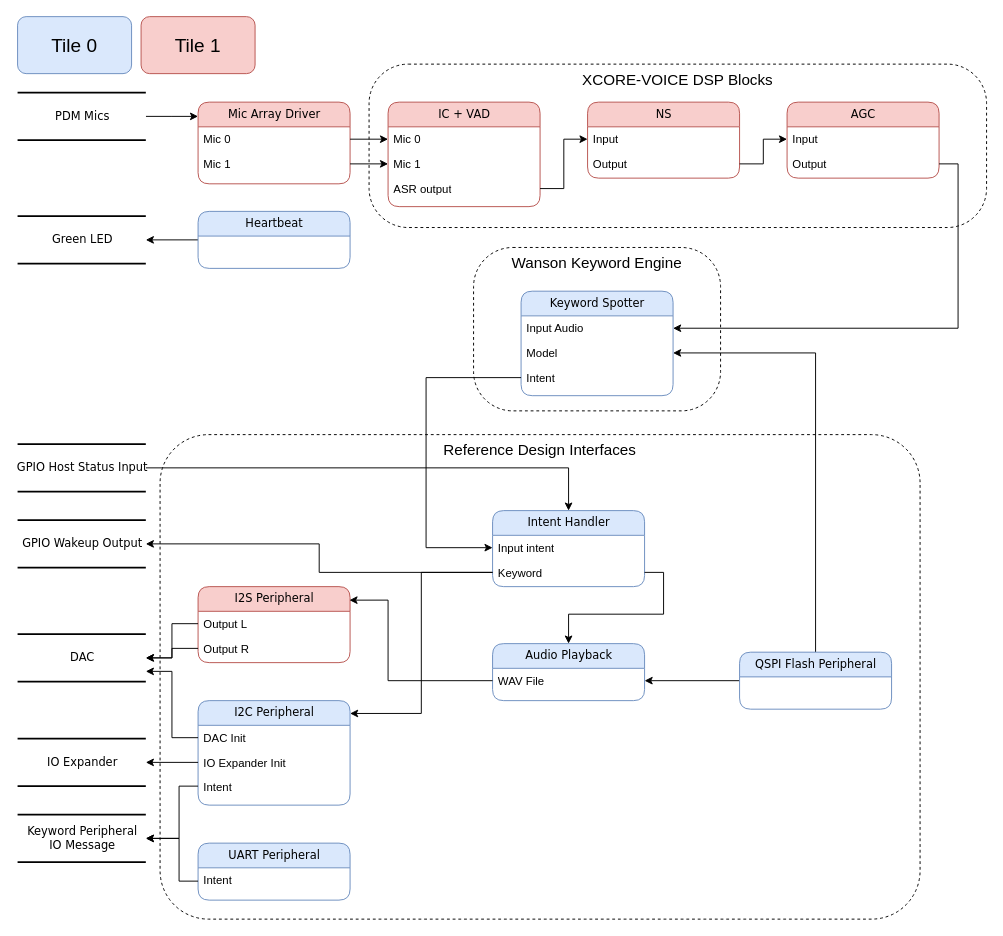
Before: doc/diagrams/ffd_diagram.drawio in xmos/sln_voice, a draw.io diagram. Source tidied: cells renumbered, new cells numbered last; positions are measured from the earlier drawing's top-left corner, leaving out a move shared by most shapes. Both pictures are drawn from the tidied source at 95%, with x=0, y=0 at pixel (17, 16).
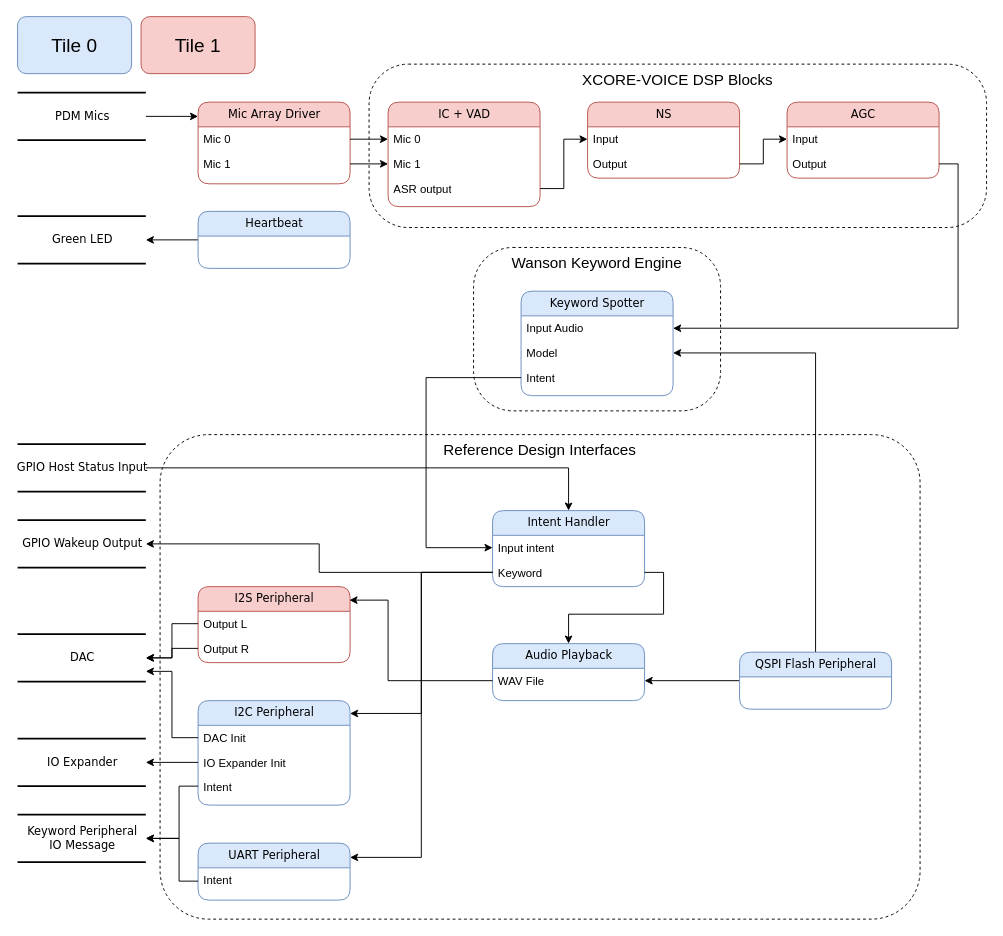
After the change.

Commit message (it also covers changes not shown here):
Fix missing arrow on ffd diagram

The change refers to these unchanged cells:
```xml
<mxCell id="32" value="UART Peripheral" style="swimlane;html=1;fontStyle=0;horizontal=1;startSize=26;fillColor=#dae8fc;swimlaneFillColor=#ffffff;align=center;rounded=1;shadow=0;comic=0;labelBackgroundColor=none;strokeWidth=1;fontFamily=Verdana;fontSize=12;strokeColor=#6c8ebf;" parent="1" vertex="1">
  <mxGeometry x="190" y="870" width="160" height="60" as="geometry" />
</mxCell>
<mxCell id="48" value="Keyword" style="text;html=1;strokeColor=none;fillColor=none;spacingLeft=4;spacingRight=4;whiteSpace=wrap;overflow=hidden;points=[[0,0.5],[1,0.5]];portConstraint=eastwest;" parent="46" vertex="1">
  <mxGeometry y="52" width="160" height="26" as="geometry" />
</mxCell>
```

Change to the diagram source:
```diff
@@
+    <mxCell id="68" style="edgeStyle=orthogonalEdgeStyle;rounded=0;jettySize=auto;html=1;entryX=1;entryY=0.25;entryDx=0;entryDy=0;" parent="1" edge="1" source="48" target="32">
+      <mxGeometry relative="1" as="geometry" />
+    </mxCell>
```
